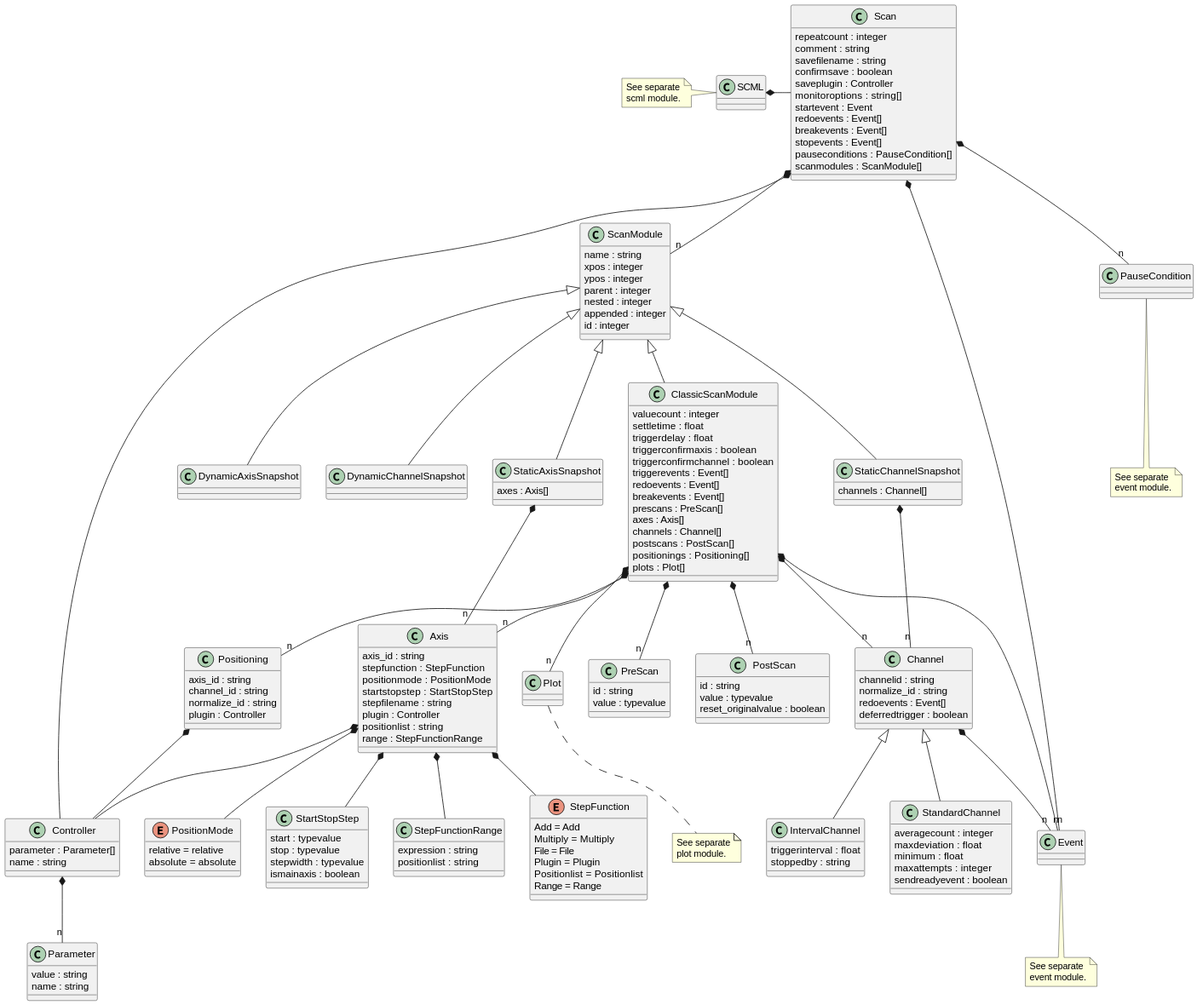
This is docs/uml/evedata.scml.scan.svg from tillbiskup/evedata, a PlantUML export, as it was before one commit.
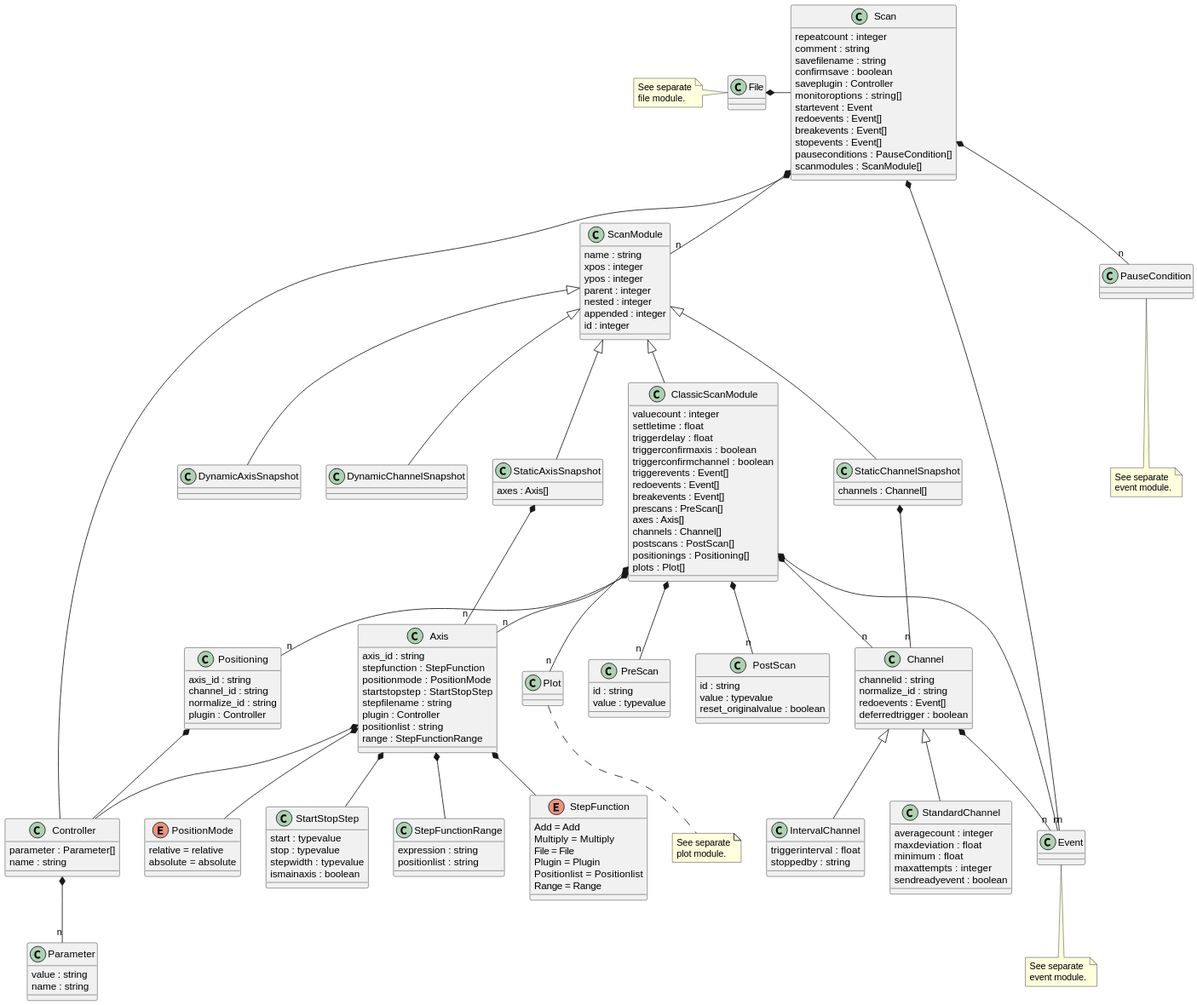
The same file after the commit.

The edit, as a diff of the source:
```diff
@@ -21,8 +21,8 @@
 
 note bottom of PauseCondition: See separate\nevent module.
 
-SCML *- Scan
-note left of SCML: See separate\nscml module.
+File *- Scan
+note left of File: See separate\nfile module.
 
 class ScanModule {
     name : string
```
